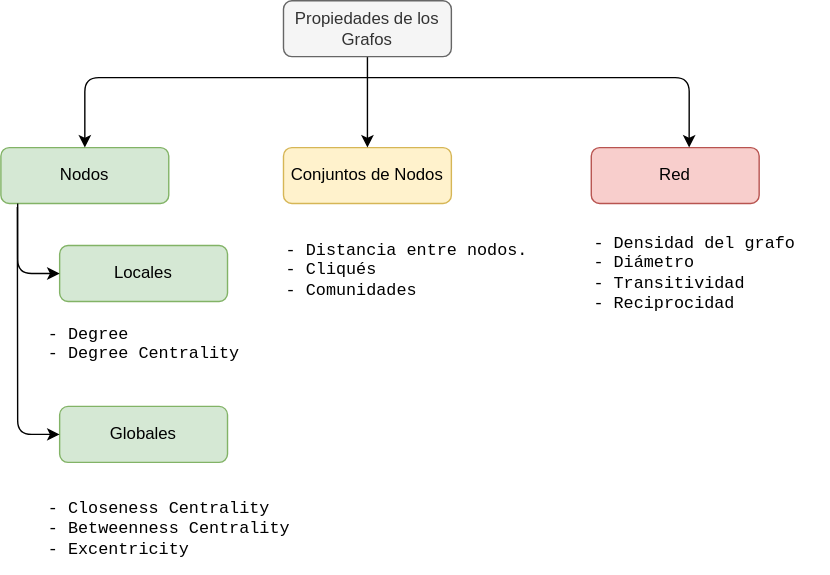
This is docs/img/drawio/03_properties.drawio.svg from FernandoCarazoMelo/network-science, a draw.io export, as it was before one commit. Source tidied: cells renumbered, new cells last; positions are measured from the earlier drawing's top-left corner, leaving out a move shared by most shapes.
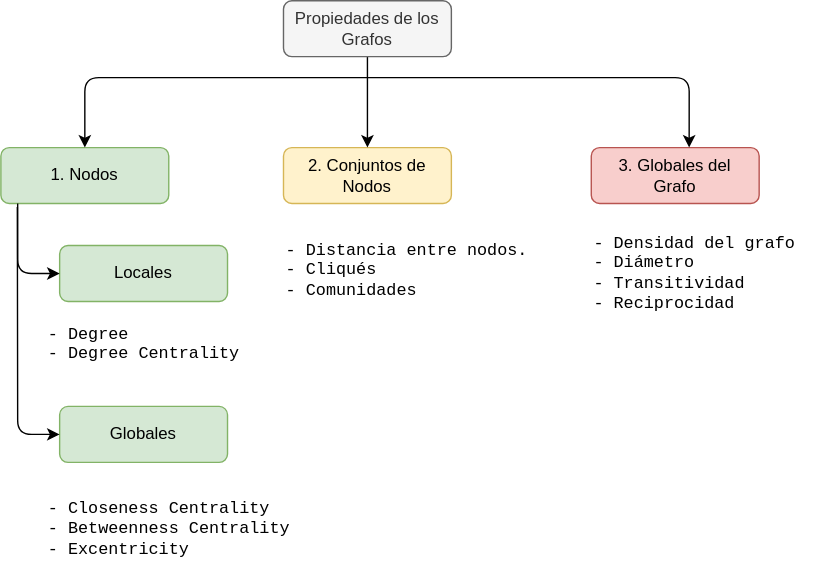
After the change.

What changed in the source:
```diff
@@ -2,7 +2,7 @@
   <root>
     <mxCell id="0" />
     <mxCell id="1" parent="0" />
-    <mxCell id="2" value="Nodos" style="rounded=1;whiteSpace=wrap;html=1;fillColor=#d5e8d4;strokeColor=#82b366;" parent="1" vertex="1">
+    <mxCell id="2" value="1. Nodos" style="rounded=1;whiteSpace=wrap;html=1;fillColor=#d5e8d4;strokeColor=#82b366;" parent="1" vertex="1">
       <mxGeometry y="105" width="120" height="40" as="geometry" />
     </mxCell>
     <mxCell id="3" value="Locales" style="rounded=1;whiteSpace=wrap;html=1;fillColor=#d5e8d4;strokeColor=#82b366;" parent="1" vertex="1">
@@ -17,13 +17,13 @@
     <mxCell id="6" value="&lt;meta charset=&quot;utf-8&quot;&gt;&lt;div style=&quot;font-family: menlo, monaco, &amp;quot;courier new&amp;quot;, monospace; font-size: 12px; font-style: normal; font-weight: 400; letter-spacing: normal; text-align: left; text-indent: 0px; text-transform: none; word-spacing: 0px;&quot;&gt;&lt;span style=&quot;&quot;&gt;-&lt;/span&gt;&lt;span style=&quot;&quot;&gt;&lt;span&gt;&amp;nbsp;&lt;/span&gt;Closeness Centrality&lt;/span&gt;&lt;/div&gt;&lt;div style=&quot;font-family: menlo, monaco, &amp;quot;courier new&amp;quot;, monospace; font-size: 12px; font-style: normal; font-weight: 400; letter-spacing: normal; text-align: left; text-indent: 0px; text-transform: none; word-spacing: 0px;&quot;&gt;&lt;span style=&quot;&quot;&gt;&lt;/span&gt;&lt;span style=&quot;&quot;&gt;-&lt;/span&gt;&lt;span style=&quot;&quot;&gt;&lt;span&gt;&amp;nbsp;&lt;/span&gt;Betweenness Centrality&lt;/span&gt;&lt;/div&gt;&lt;div style=&quot;font-family: menlo, monaco, &amp;quot;courier new&amp;quot;, monospace; font-size: 12px; font-style: normal; font-weight: 400; letter-spacing: normal; text-align: left; text-indent: 0px; text-transform: none; word-spacing: 0px;&quot;&gt;&lt;span style=&quot;&quot;&gt;&lt;/span&gt;&lt;span style=&quot;&quot;&gt;-&lt;/span&gt;&lt;span style=&quot;&quot;&gt;&lt;span&gt;&amp;nbsp;&lt;/span&gt;Excentricity&lt;/span&gt;&lt;/div&gt;" style="text;whiteSpace=wrap;html=1;fontColor=#000000;" parent="1" vertex="1">
       <mxGeometry x="32" y="350" width="200" height="60" as="geometry" />
     </mxCell>
-    <mxCell id="7" value="Conjuntos de Nodos" style="rounded=1;whiteSpace=wrap;html=1;fillColor=#fff2cc;strokeColor=#d6b656;" parent="1" vertex="1">
+    <mxCell id="7" value="2. Conjuntos de Nodos" style="rounded=1;whiteSpace=wrap;html=1;fillColor=#fff2cc;strokeColor=#d6b656;" parent="1" vertex="1">
       <mxGeometry x="202" y="105" width="120" height="40" as="geometry" />
     </mxCell>
     <mxCell id="8" value="&lt;meta charset=&quot;utf-8&quot;&gt;&lt;div style=&quot;font-family: menlo, monaco, &amp;quot;courier new&amp;quot;, monospace; font-size: 12px; font-style: normal; font-weight: 400; letter-spacing: normal; text-align: left; text-indent: 0px; text-transform: none; word-spacing: 0px;&quot;&gt;&lt;span style=&quot;&quot;&gt;-&lt;/span&gt;&lt;span style=&quot;&quot;&gt;&lt;span&gt;&amp;nbsp;&lt;/span&gt;Distancia entre nodos.&lt;/span&gt;&lt;/div&gt;&lt;div style=&quot;font-family: menlo, monaco, &amp;quot;courier new&amp;quot;, monospace; font-size: 12px; font-style: normal; font-weight: 400; letter-spacing: normal; text-align: left; text-indent: 0px; text-transform: none; word-spacing: 0px;&quot;&gt;&lt;span style=&quot;&quot;&gt;-&lt;/span&gt;&lt;span style=&quot;&quot;&gt;&lt;span&gt;&amp;nbsp;&lt;/span&gt;Cliqués&lt;/span&gt;&lt;/div&gt;&lt;div style=&quot;font-family: menlo, monaco, &amp;quot;courier new&amp;quot;, monospace; font-size: 12px; font-style: normal; font-weight: 400; letter-spacing: normal; text-align: left; text-indent: 0px; text-transform: none; word-spacing: 0px;&quot;&gt;&lt;span style=&quot;&quot;&gt;-&lt;/span&gt;&lt;span style=&quot;&quot;&gt;&lt;span&gt;&amp;nbsp;&lt;/span&gt;Comunidades&lt;/span&gt;&lt;/div&gt;" style="text;whiteSpace=wrap;html=1;fontColor=#000000;" parent="1" vertex="1">
       <mxGeometry x="202" y="165" width="200" height="60" as="geometry" />
     </mxCell>
-    <mxCell id="9" value="Red" style="rounded=1;whiteSpace=wrap;html=1;fillColor=#f8cecc;strokeColor=#b85450;" parent="1" vertex="1">
+    <mxCell id="9" value="3. Globales del &lt;br&gt;Grafo" style="rounded=1;whiteSpace=wrap;html=1;fillColor=#f8cecc;strokeColor=#b85450;" parent="1" vertex="1">
       <mxGeometry x="422" y="105" width="120" height="40" as="geometry" />
     </mxCell>
     <mxCell id="10" value="&lt;meta charset=&quot;utf-8&quot;&gt;&lt;div style=&quot;font-family: menlo, monaco, &amp;quot;courier new&amp;quot;, monospace; font-size: 12px; font-style: normal; font-weight: 400; letter-spacing: normal; text-align: left; text-indent: 0px; text-transform: none; word-spacing: 0px;&quot;&gt;&lt;span style=&quot;&quot;&gt;-&lt;/span&gt;&lt;span style=&quot;&quot;&gt;&lt;span&gt;&amp;nbsp;&lt;/span&gt;Densidad del grafo&lt;/span&gt;&lt;/div&gt;&lt;div style=&quot;font-family: menlo, monaco, &amp;quot;courier new&amp;quot;, monospace; font-size: 12px; font-style: normal; font-weight: 400; letter-spacing: normal; text-align: left; text-indent: 0px; text-transform: none; word-spacing: 0px;&quot;&gt;&lt;span style=&quot;&quot;&gt;-&lt;/span&gt;&lt;span style=&quot;&quot;&gt;&lt;span&gt;&amp;nbsp;&lt;/span&gt;Diámetro&lt;/span&gt;&lt;/div&gt;&lt;div style=&quot;font-family: menlo, monaco, &amp;quot;courier new&amp;quot;, monospace; font-size: 12px; font-style: normal; font-weight: 400; letter-spacing: normal; text-align: left; text-indent: 0px; text-transform: none; word-spacing: 0px;&quot;&gt;&lt;span style=&quot;&quot;&gt;-&lt;/span&gt;&lt;span style=&quot;&quot;&gt;&lt;span&gt;&amp;nbsp;&lt;/span&gt;Transitividad&lt;/span&gt;&lt;/div&gt;&lt;div style=&quot;font-family: menlo, monaco, &amp;quot;courier new&amp;quot;, monospace; font-size: 12px; font-style: normal; font-weight: 400; letter-spacing: normal; text-align: left; text-indent: 0px; text-transform: none; word-spacing: 0px;&quot;&gt;&lt;span style=&quot;&quot;&gt;-&lt;/span&gt;&lt;span style=&quot;&quot;&gt;&lt;span&gt;&amp;nbsp;&lt;/span&gt;Reciprocidad&lt;/span&gt;&lt;/div&gt;" style="text;whiteSpace=wrap;html=1;fontColor=#000000;" parent="1" vertex="1">
```
